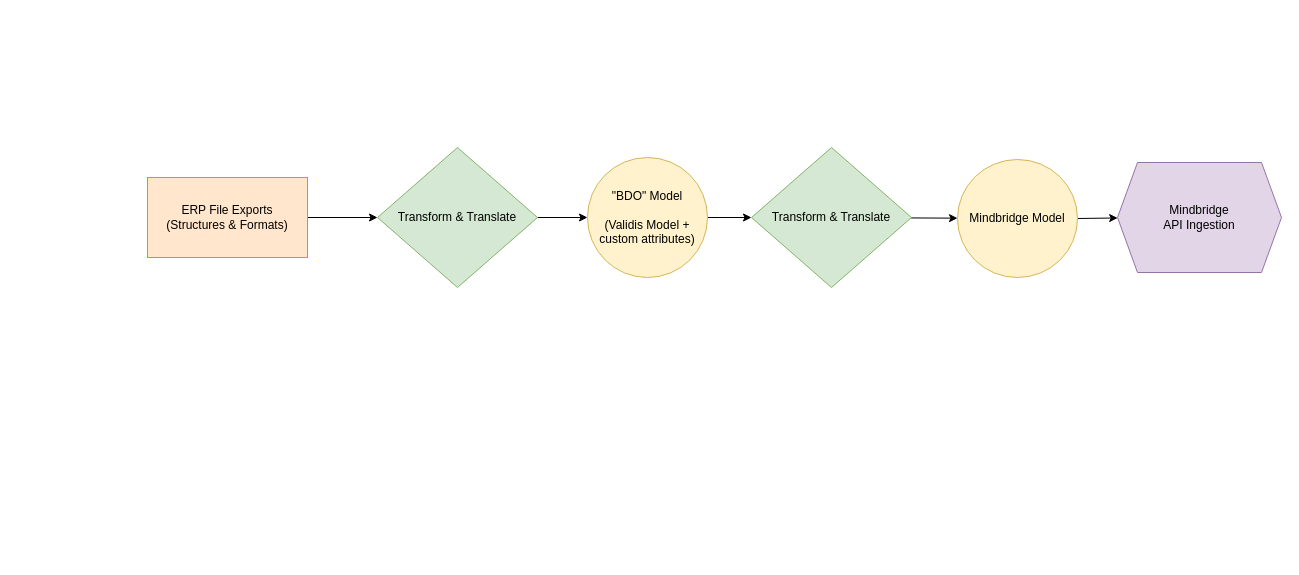
ajs-fsp/BDO-Mindbridge keeps this draw.io diagram as diagrams/Initial Arch.drawio. Above is the earlier version. Source tidied: cells renumbered, new cells numbered last; positions are measured from the earlier drawing's top-left corner, leaving out a move shared by most shapes. Both pictures are drawn from the tidied source at 100%, with x=0, y=0 at pixel (147, 147).
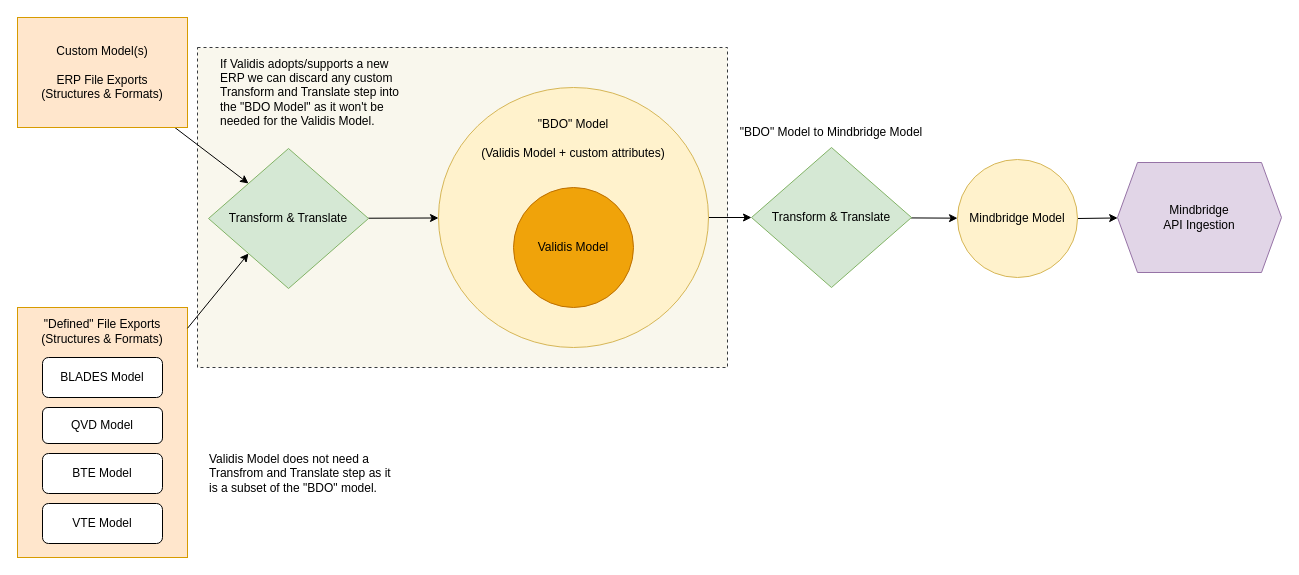
The same diagram, later.

Commit message:
further mods to mindbridge process arch diagram

Diff of the diagram source:
```diff
@@
+    <mxCell id="13" style="rounded=0;whiteSpace=wrap;html=1;shadow=0;dashed=1;fillColor=#f9f7ed;strokeColor=#36393d;" parent="1" vertex="1">
+      <mxGeometry x="50" y="-100" width="530" height="320" as="geometry" />
+    </mxCell>
+    <mxCell id="14" value="&quot;Defined&quot; File Exports&lt;br&gt;(Structures &amp;amp; Formats)&lt;br&gt;&lt;br&gt;&lt;br&gt;&lt;br&gt;&lt;br&gt;&lt;br&gt;&lt;br&gt;&lt;br&gt;&lt;br&gt;&lt;br&gt;&lt;div&gt;&lt;br&gt;&lt;br&gt;&lt;br&gt;&lt;br&gt;&lt;br&gt;&lt;/div&gt;" style="whiteSpace=wrap;html=1;fillColor=#ffe6cc;strokeColor=#d79b00;" parent="1" vertex="1">
+      <mxGeometry x="-130" y="160" width="170" height="250" as="geometry" />
+    </mxCell>
-    <mxCell id="2" style="edgeStyle=none;html=1;entryX=0;entryY=0.5;entryDx=0;entryDy=0;" parent="1" edge="1" source="3" target="10">
+    <mxCell id="2" style="edgeStyle=none;html=1;entryX=0;entryY=0;entryDx=0;entryDy=0;" parent="1" edge="1" source="3" target="10">
       <mxGeometry relative="1" as="geometry" />
     </mxCell>
-    <mxCell id="3" value="ERP File Exports&lt;br&gt;(Structures &amp;amp; Formats)" style="whiteSpace=wrap;html=1;fillColor=#ffe6cc;strokeColor=#d79b00;" parent="1" vertex="1">
-      <mxGeometry y="30" width="160" height="80" as="geometry" />
+    <mxCell id="3" value="Custom Model(s)&lt;br&gt;&lt;br&gt;ERP File Exports&lt;br&gt;(Structures &amp;amp; Formats)" style="whiteSpace=wrap;html=1;fillColor=#ffe6cc;strokeColor=#d79b00;" parent="1" vertex="1">
+      <mxGeometry x="-130" y="-130" width="170" height="110" as="geometry" />
     </mxCell>
@@
     <mxCell id="10" value="Transform &amp;amp; Translate" style="rhombus;whiteSpace=wrap;html=1;fillColor=#d5e8d4;strokeColor=#82b366;" parent="1" vertex="1">
-      <mxGeometry x="230" width="160" height="140" as="geometry" />
+      <mxGeometry x="61" y="1" width="160" height="140" as="geometry" />
     </mxCell>
@@
+    <mxCell id="15" value="VTE Model" style="rounded=1;whiteSpace=wrap;html=1;" parent="1" vertex="1">
+      <mxGeometry x="-105" y="356" width="120" height="40" as="geometry" />
+    </mxCell>
+    <mxCell id="16" style="group;" parent="1" vertex="1">
+      <mxGeometry x="291" y="-60" width="270" height="260" as="geometry" />
+    </mxCell>
-    <mxCell id="12" value="&quot;BDO&quot; Model&lt;br&gt;&lt;br&gt;(Validis Model + custom attributes)&lt;span style=&quot;font-family: monospace; font-size: 0px; text-align: start; text-wrap-mode: nowrap;&quot;&gt;3CmxGraphModel%3E%3Croot%3E%3CmxCell%20id%3D%220%22%2F%3E%3CmxCell%20id%3D%221%22%20parent%3D%220%22%2F%3E%3CmxCell%20id%3D%222%22%20value%3D%22Transform%20%26amp%3Bamp%3B%20Translate%22%20style%3D%22rhombus%3BwhiteSpace%3Dwrap%3Bhtml%3D1%3BfillColor%3D%23e1d5e7%3BstrokeColor%3D%239673a6%3B%22%20vertex%3D%221%22%20parent%3D%221%22%3E%3CmxGeometry%20x%3D%22254%22%20y%3D%22200%22%20width%3D%22160%22%20height%3D%22140%22%20as%3D%22geometry%22%2F%3E%3C%2FmxCell%3E%3CmxCell%20id%3D%223%22%20value%3D%22Mindbridge%20Model%22%20style%3D%22ellipse%3BwhiteSpace%3Dwrap%3Bhtml%3D1%3BfillColor%3D%23fff2cc%3BstrokeColor%3D%23d6b656%3B%22%20vertex%3D%221%22%20parent%3D%221%22%3E%3CmxGeometry%20x%3D%22460%22%20y%3D%22230%22%20width%3D%22120%22%20height%3D%2280%22%20as%3D%22geometry%22%2F%3E%3C%2FmxCell%3E%3C%2Froot%3E%3C%2FmxGraphModel%3E&lt;/span&gt;" style="ellipse;whiteSpace=wrap;html=1;fillColor=#fff2cc;strokeColor=#d6b656;" parent="1" vertex="1">
-      <mxGeometry x="440" y="10" width="120" height="120" as="geometry" />
+    <mxCell id="12" value="&quot;BDO&quot; Model&lt;br&gt;&lt;br&gt;(Validis Model + custom attributes)&lt;span style=&quot;font-family: monospace; font-size: 0px; text-align: start; text-wrap-mode: nowrap;&quot;&gt;3CmxGraphModel%3E%3Croot%3E%3CmxCell%20id%3D%220%22%2F%3E%3CmxCell%20id%3D%221%22%20parent%3D%220%22%2F%3E%3CmxCell%20id%3D%222%22%20value%3D%22Transform%20%26amp%3Bamp%3B%20Translate%22%20style%3D%22rhombus%3BwhiteSpace%3Dwrap%3Bhtml%3D1%3BfillColor%3D%23e1d5e7%3BstrokeColor%3D%239673a6%3B%22%20vertex%3D%221%22%20parent%3D%221%22%3E%3CmxGeometry%20x%3D%22254%22%20y%3D%22200%22%20width%3D%22160%22%20height%3D%22140%22%20as%3D%22geometry%22%2F%3E%3C%2FmxCell%3E%3CmxCell%20id%3D%223%22%20value%3D%22Mindbridge%20Model%22%20style%3D%22ellipse%3BwhiteSpace%3Dwrap%3Bhtml%3D1%3BfillColor%3D%23fff2cc%3BstrokeColor%3D%23d6b656%3B%22%20vertex%3D%221%22%20parent%3D%221%22%3E%3CmxGeometry%20x%3D%22460%22%20y%3D%22230%22%20width%3D%22120%22%20height%3D%2280%22%20as%3D%22geometry%22%2F%3E%3C%2FmxCell%3E%3C%2Froot%3E%3C%2FmxGraphModel%3E&lt;br&gt;&lt;br&gt;&lt;br&gt;&lt;br&gt;&lt;br&gt;&lt;br&gt;&lt;br&gt;&lt;br&gt;&lt;br&gt;&lt;br&gt;&lt;br&gt;&lt;br&gt;&lt;/span&gt;" style="ellipse;whiteSpace=wrap;html=1;fillColor=#fff2cc;strokeColor=#d6b656;" parent="16" vertex="1">
+      <mxGeometry width="270" height="260" as="geometry" />
     </mxCell>
+    <mxCell id="17" value="Validis Model" style="ellipse;whiteSpace=wrap;html=1;fillColor=#f0a30a;strokeColor=#BD7000;fontColor=#000000;" parent="16" vertex="1">
+      <mxGeometry x="75" y="100" width="120" height="120" as="geometry" />
+    </mxCell>
+    <mxCell id="18" style="edgeStyle=none;html=1;entryX=0;entryY=1;entryDx=0;entryDy=0;" parent="1" edge="1" source="14" target="10">
+      <mxGeometry relative="1" as="geometry" />
+    </mxCell>
+    <mxCell id="19" value="BLADES Model" style="rounded=1;whiteSpace=wrap;html=1;" parent="1" vertex="1">
+      <mxGeometry x="-105" y="210" width="120" height="40" as="geometry" />
+    </mxCell>
+    <mxCell id="20" value="QVD Model" style="rounded=1;whiteSpace=wrap;html=1;" parent="1" vertex="1">
+      <mxGeometry x="-105" y="260" width="120" height="36" as="geometry" />
+    </mxCell>
+    <mxCell id="21" value="BTE Model" style="rounded=1;whiteSpace=wrap;html=1;" parent="1" vertex="1">
+      <mxGeometry x="-105" y="306" width="120" height="40" as="geometry" />
+    </mxCell>
+    <mxCell id="22" value="Validis Model does not need a Transfrom and Translate step as it is a subset of the &quot;BDO&quot; model." style="text;html=1;align=left;verticalAlign=middle;whiteSpace=wrap;rounded=0;" parent="1" vertex="1">
+      <mxGeometry x="60" y="301" width="190" height="50" as="geometry" />
+    </mxCell>
+    <mxCell id="23" value="If Validis adopts/supports a new ERP we can discard any custom Transform and Translate&amp;nbsp;&lt;span style=&quot;color: rgb(0, 0, 0);&quot;&gt;step&amp;nbsp;&lt;/span&gt;into the &quot;BDO Model&quot; as it won't be needed for the Validis Model." style="text;html=1;align=left;verticalAlign=middle;whiteSpace=wrap;rounded=0;" parent="1" vertex="1">
+      <mxGeometry x="71" y="-90" width="189" height="70" as="geometry" />
+    </mxCell>
+    <mxCell id="24" value="&quot;BDO&quot; Model to Mindbridge Model" style="text;html=1;align=center;verticalAlign=middle;whiteSpace=wrap;rounded=0;" parent="1" vertex="1">
+      <mxGeometry x="589" y="-30" width="190" height="30" as="geometry" />
+    </mxCell>
```
